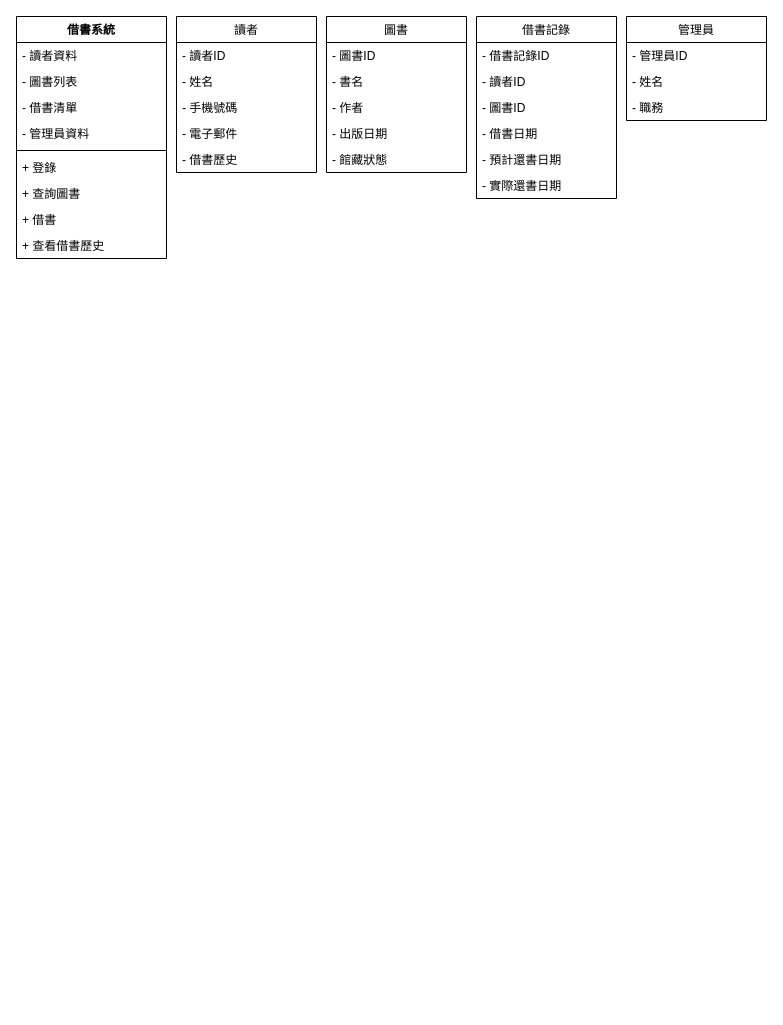
This is main.drawio from YaXun1103/112-2FinalPorject, a draw.io file, before an edit. Source tidied: cells renumbered, new cells numbered last; positions are measured from the earlier drawing's top-left corner, leaving out a move shared by most shapes. Both pictures are drawn from the tidied source at 100%, with x=0, y=0 at pixel (16, 16).
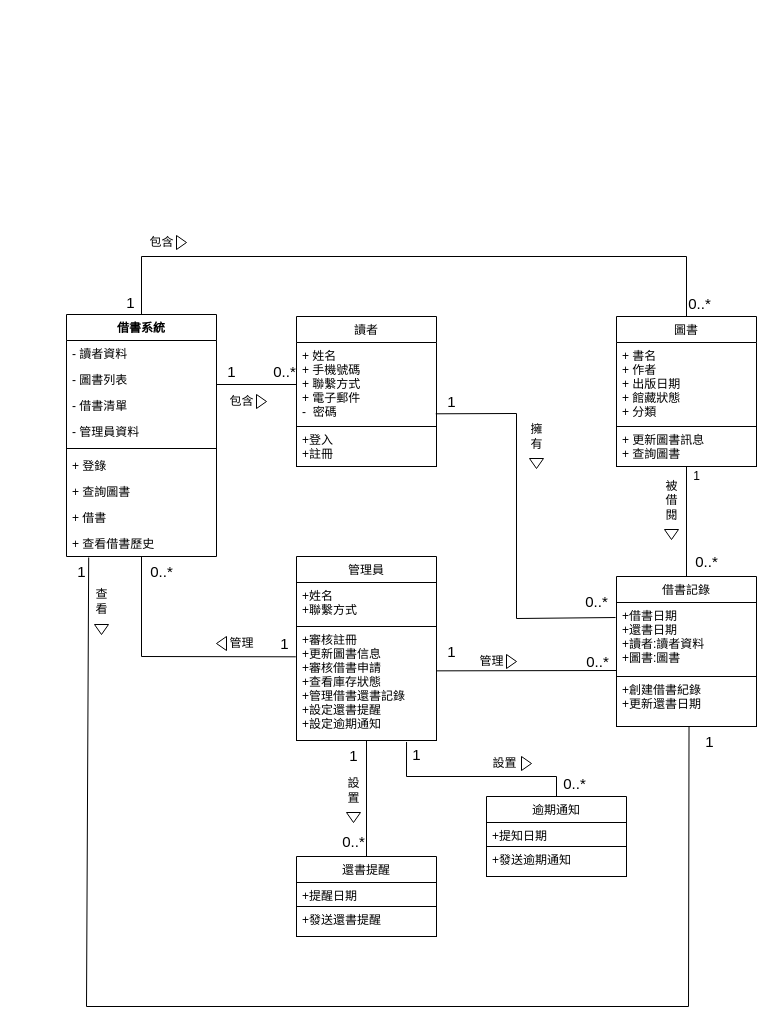
After the change.

Commit message (it also covers changes not shown here):
新增初步類別圖

Unchanged cells that the change refers to:
```xml
<mxCell id="11" value=" + 查看借書歷史" style="text;strokeColor=none;fillColor=none;align=left;verticalAlign=top;spacingLeft=4;spacingRight=4;overflow=hidden;points=[[0,0.5],[1,0.5]];portConstraint=eastwest;" parent="2" vertex="1">
  <mxGeometry y="216" width="150" height="26" as="geometry" />
</mxCell>
```

What changed in the source:
```diff
@@
+    <mxCell id="35" style="edgeStyle=none;html=1;entryX=0.5;entryY=0;entryDx=0;entryDy=0;rounded=0;startArrow=none;startFill=0;endArrow=none;endFill=0;" parent="1" edge="1" source="2" target="18">
+      <mxGeometry relative="1" as="geometry">
+        <Array as="points">
+          <mxPoint x="125" y="240" />
+          <mxPoint x="670" y="240" />
+        </Array>
+      </mxGeometry>
+    </mxCell>
+    <mxCell id="36" style="edgeStyle=none;rounded=0;html=1;entryX=-0.005;entryY=0.266;entryDx=0;entryDy=0;entryPerimeter=0;startArrow=none;startFill=0;endArrow=none;endFill=0;" parent="1" edge="1" source="2" target="34">
+      <mxGeometry relative="1" as="geometry">
+        <Array as="points">
+          <mxPoint x="125" y="640" />
+        </Array>
+      </mxGeometry>
+    </mxCell>
+    <mxCell id="37" style="edgeStyle=none;rounded=0;html=1;exitX=0.148;exitY=1.038;exitDx=0;exitDy=0;exitPerimeter=0;startArrow=none;startFill=0;endArrow=none;endFill=0;entryX=0.518;entryY=1.01;entryDx=0;entryDy=0;entryPerimeter=0;" parent="1" edge="1" source="11" target="45">
+      <mxGeometry relative="1" as="geometry">
+        <Array as="points">
+          <mxPoint x="70" y="990" />
+          <mxPoint x="672" y="990" />
+        </Array>
+      </mxGeometry>
+    </mxCell>
     <mxCell id="2" value="借書系統 " style="swimlane;fontStyle=1;align=center;verticalAlign=top;horizontal=1;startSize=26;" parent="1" vertex="1">
-      <mxGeometry width="150" height="242" as="geometry" />
+      <mxGeometry x="50" y="298" width="150" height="242" as="geometry" />
     </mxCell>
@@
+    <mxCell id="38" style="edgeStyle=none;rounded=0;html=1;entryX=-0.007;entryY=0.203;entryDx=0;entryDy=0;entryPerimeter=0;endArrow=none;endFill=0;exitX=-0.025;exitY=0.91;exitDx=0;exitDy=0;exitPerimeter=0;" parent="1" edge="1" source="58" target="44">
+      <mxGeometry relative="1" as="geometry">
+        <Array as="points">
+          <mxPoint x="500" y="397" />
+          <mxPoint x="500" y="602" />
+        </Array>
+      </mxGeometry>
+    </mxCell>
     <mxCell id="12" value="讀者" style="swimlane;fontStyle=0;horizontal=1;startSize=26;fillColor=none;" parent="1" vertex="1">
-      <mxGeometry x="160" width="140" height="156" as="geometry" />
+      <mxGeometry x="280" y="300" width="140" height="150" as="geometry" />
     </mxCell>
-    <mxCell id="13" value="- 讀者ID" style="text;strokeColor=none;fillColor=none;align=left;verticalAlign=top;spacingLeft=4;spacingRight=4;overflow=hidden;" parent="12" vertex="1">
-      <mxGeometry y="26" width="140" height="26" as="geometry" />
-    </mxCell>
-    <mxCell id="14" value="- 姓名" style="text;strokeColor=none;fillColor=none;align=left;verticalAlign=top;spacingLeft=4;spacingRight=4;overflow=hidden;" parent="12" vertex="1">
-      <mxGeometry y="52" width="140" height="26" as="geometry" />
-    </mxCell>
-    <mxCell id="15" value="- 手機號碼" style="text;strokeColor=none;fillColor=none;align=left;verticalAlign=top;spacingLeft=4;spacingRight=4;overflow=hidden;" parent="12" vertex="1">
-      <mxGeometry y="78" width="140" height="26" as="geometry" />
-    </mxCell>
-    <mxCell id="16" value=" - 電子郵件" style="text;strokeColor=none;fillColor=none;align=left;verticalAlign=top;spacingLeft=4;spacingRight=4;overflow=hidden;" parent="12" vertex="1">
-      <mxGeometry y="104" width="140" height="26" as="geometry" />
-    </mxCell>
-    <mxCell id="17" value=" - 借書歷史" style="text;strokeColor=none;fillColor=none;align=left;verticalAlign=top;spacingLeft=4;spacingRight=4;overflow=hidden;" parent="12" vertex="1">
-      <mxGeometry y="130" width="140" height="26" as="geometry" />
-    </mxCell>
+    <mxCell id="39" value="+ 姓名&#10;+ 手機號碼&#10;+ 聯繫方式&#10;+ 電子郵件&#10;-  密碼&#10;" style="text;strokeColor=none;fillColor=none;align=left;verticalAlign=top;spacingLeft=4;spacingRight=4;overflow=hidden;" parent="12" vertex="1">
+      <mxGeometry y="26" width="140" height="84" as="geometry" />
+    </mxCell>
+    <mxCell id="40" value="+登入&#10;+註冊&#10;" style="text;strokeColor=default;fillColor=none;align=left;verticalAlign=top;spacingLeft=4;spacingRight=4;overflow=hidden;" parent="12" vertex="1">
+      <mxGeometry y="110" width="140" height="40" as="geometry" />
+    </mxCell>
+    <mxCell id="41" style="edgeStyle=none;rounded=0;html=1;entryX=0.5;entryY=0;entryDx=0;entryDy=0;endArrow=none;endFill=0;" parent="1" edge="1" source="18" target="24">
+      <mxGeometry relative="1" as="geometry" />
+    </mxCell>
     <mxCell id="18" value="圖書" style="swimlane;fontStyle=0;horizontal=1;startSize=26;fillColor=none;" parent="1" vertex="1">
-      <mxGeometry x="310" width="140" height="156" as="geometry" />
+      <mxGeometry x="600" y="300" width="140" height="150" as="geometry" />
     </mxCell>
-    <mxCell id="19" value="- 圖書ID" style="text;strokeColor=none;fillColor=none;align=left;verticalAlign=top;spacingLeft=4;spacingRight=4;overflow=hidden;" parent="18" vertex="1">
-      <mxGeometry y="26" width="140" height="26" as="geometry" />
-    </mxCell>
-    <mxCell id="20" value="- 書名" style="text;strokeColor=none;fillColor=none;align=left;verticalAlign=top;spacingLeft=4;spacingRight=4;overflow=hidden;" parent="18" vertex="1">
-      <mxGeometry y="52" width="140" height="26" as="geometry" />
-    </mxCell>
-    <mxCell id="21" value="- 作者" style="text;strokeColor=none;fillColor=none;align=left;verticalAlign=top;spacingLeft=4;spacingRight=4;overflow=hidden;" parent="18" vertex="1">
-      <mxGeometry y="78" width="140" height="26" as="geometry" />
-    </mxCell>
-    <mxCell id="22" value="- 出版日期" style="text;strokeColor=none;fillColor=none;align=left;verticalAlign=top;spacingLeft=4;spacingRight=4;overflow=hidden;" parent="18" vertex="1">
-      <mxGeometry y="104" width="140" height="26" as="geometry" />
-    </mxCell>
-    <mxCell id="23" value=" - 館藏狀態" style="text;strokeColor=none;fillColor=none;align=left;verticalAlign=top;spacingLeft=4;spacingRight=4;overflow=hidden;" parent="18" vertex="1">
-      <mxGeometry y="130" width="140" height="26" as="geometry" />
-    </mxCell>
+    <mxCell id="42" value="+ 書名&#10;+ 作者&#10;+ 出版日期&#10;+ 館藏狀態&#10;+ 分類&#10;&#10;" style="text;strokeColor=none;fillColor=none;align=left;verticalAlign=top;spacingLeft=4;spacingRight=4;overflow=hidden;" parent="18" vertex="1">
+      <mxGeometry y="26" width="140" height="84" as="geometry" />
+    </mxCell>
+    <mxCell id="43" value="+ 更新圖書訊息&#10;+ 查詢圖書&#10;&#10;" style="text;strokeColor=default;fillColor=none;align=left;verticalAlign=top;spacingLeft=4;spacingRight=4;overflow=hidden;" parent="18" vertex="1">
+      <mxGeometry y="110" width="140" height="40" as="geometry" />
+    </mxCell>
     <mxCell id="24" value="借書記錄" style="swimlane;fontStyle=0;horizontal=1;startSize=26;fillColor=none;" parent="1" vertex="1">
-      <mxGeometry x="460" width="140" height="182" as="geometry" />
+      <mxGeometry x="600" y="560" width="140" height="150" as="geometry" />
     </mxCell>
-    <mxCell id="25" value="- 借書記錄ID" style="text;strokeColor=none;fillColor=none;align=left;verticalAlign=top;spacingLeft=4;spacingRight=4;overflow=hidden;" parent="24" vertex="1">
-      <mxGeometry y="26" width="140" height="26" as="geometry" />
-    </mxCell>
-    <mxCell id="26" value=" - 讀者ID" style="text;strokeColor=none;fillColor=none;align=left;verticalAlign=top;spacingLeft=4;spacingRight=4;overflow=hidden;" parent="24" vertex="1">
-      <mxGeometry y="52" width="140" height="26" as="geometry" />
-    </mxCell>
-    <mxCell id="27" value="- 圖書ID" style="text;strokeColor=none;fillColor=none;align=left;verticalAlign=top;spacingLeft=4;spacingRight=4;overflow=hidden;" parent="24" vertex="1">
-      <mxGeometry y="78" width="140" height="26" as="geometry" />
-    </mxCell>
-    <mxCell id="28" value="- 借書日期" style="text;strokeColor=none;fillColor=none;align=left;verticalAlign=top;spacingLeft=4;spacingRight=4;overflow=hidden;" parent="24" vertex="1">
-      <mxGeometry y="104" width="140" height="26" as="geometry" />
-    </mxCell>
-    <mxCell id="29" value="- 預計還書日期" style="text;strokeColor=none;fillColor=none;align=left;verticalAlign=top;spacingLeft=4;spacingRight=4;overflow=hidden;" parent="24" vertex="1">
-      <mxGeometry y="130" width="140" height="26" as="geometry" />
-    </mxCell>
-    <mxCell id="30" value="- 實際還書日期" style="text;strokeColor=none;fillColor=none;align=left;verticalAlign=top;spacingLeft=4;spacingRight=4;overflow=hidden;" parent="24" vertex="1">
-      <mxGeometry y="156" width="140" height="26" as="geometry" />
-    </mxCell>
+    <mxCell id="44" value="+借書日期&#10;+還書日期&#10;+讀者:讀者資料&#10;+圖書:圖書&#10;&#10;&#10;&#10;&#10;" style="text;strokeColor=default;fillColor=none;align=left;verticalAlign=top;spacingLeft=4;spacingRight=4;overflow=hidden;points=[[0,0.5],[1,0.5]];portConstraint=eastwest;" parent="24" vertex="1">
+      <mxGeometry y="26" width="140" height="74" as="geometry" />
+    </mxCell>
+    <mxCell id="45" value="+創建借書紀錄&#10;+更新還書日期" style="text;strokeColor=default;fillColor=none;align=left;verticalAlign=top;spacingLeft=4;spacingRight=4;overflow=hidden;points=[[0,0.5],[1,0.5]];portConstraint=eastwest;" parent="24" vertex="1">
+      <mxGeometry y="100" width="140" height="50" as="geometry" />
+    </mxCell>
+    <mxCell id="46" style="edgeStyle=none;rounded=0;html=1;endArrow=none;endFill=0;exitX=1.002;exitY=0.389;exitDx=0;exitDy=0;exitPerimeter=0;" parent="1" edge="1" source="34">
+      <mxGeometry relative="1" as="geometry">
+        <mxPoint x="600" y="654" as="targetPoint" />
+      </mxGeometry>
+    </mxCell>
+    <mxCell id="47" style="edgeStyle=none;rounded=0;html=1;entryX=0.5;entryY=0;entryDx=0;entryDy=0;endArrow=none;endFill=0;" parent="1" edge="1" source="31" target="49">
+      <mxGeometry relative="1" as="geometry" />
+    </mxCell>
+    <mxCell id="48" style="edgeStyle=none;rounded=0;html=1;entryX=0.5;entryY=0;entryDx=0;entryDy=0;endArrow=none;endFill=0;exitX=0.786;exitY=1.013;exitDx=0;exitDy=0;exitPerimeter=0;" parent="1" edge="1" source="34" target="52">
+      <mxGeometry relative="1" as="geometry">
+        <Array as="points">
+          <mxPoint x="390" y="760" />
+          <mxPoint x="540" y="760" />
+        </Array>
+      </mxGeometry>
+    </mxCell>
     <mxCell id="31" value="管理員" style="swimlane;fontStyle=0;horizontal=1;startSize=26;fillColor=none;" parent="1" vertex="1">
-      <mxGeometry x="610" width="140" height="104" as="geometry" />
+      <mxGeometry x="280" y="540" width="140" height="184" as="geometry" />
     </mxCell>
-    <mxCell id="32" value="- 管理員ID" style="text;strokeColor=none;fillColor=none;align=left;verticalAlign=top;spacingLeft=4;spacingRight=4;overflow=hidden;" parent="31" vertex="1">
-      <mxGeometry y="26" width="140" height="26" as="geometry" />
+    <mxCell id="32" value="+姓名 &#10;+聯繫方式" style="text;strokeColor=default;fillColor=none;align=left;verticalAlign=top;spacingLeft=4;spacingRight=4;overflow=hidden;" parent="31" vertex="1">
+      <mxGeometry y="26" width="140" height="44" as="geometry" />
     </mxCell>
-    <mxCell id="33" value="- 姓名" style="text;strokeColor=none;fillColor=none;align=left;verticalAlign=top;spacingLeft=4;spacingRight=4;overflow=hidden;" parent="31" vertex="1">
-      <mxGeometry y="52" width="140" height="26" as="geometry" />
-    </mxCell>
-    <mxCell id="34" value="- 職務" style="text;strokeColor=none;fillColor=none;align=left;verticalAlign=top;spacingLeft=4;spacingRight=4;overflow=hidden;points=[[0,0.5],[1,0.5]];portConstraint=eastwest;" parent="31" vertex="1">
-      <mxGeometry y="78" width="140" height="26" as="geometry" />
+    <mxCell id="34" value="+審核註冊&#10;  +更新圖書信息&#10;  +審核借書申請&#10;  +查看庫存狀態&#10;  +管理借書還書記錄&#10;  +設定還書提醒&#10;  +設定逾期通知" style="text;strokeColor=default;fillColor=none;align=left;verticalAlign=top;spacingLeft=4;spacingRight=4;overflow=hidden;points=[[0,0.5],[1,0.5]];portConstraint=eastwest;" parent="31" vertex="1">
+      <mxGeometry y="70" width="140" height="114" as="geometry" />
     </mxCell>
+    <mxCell id="49" value="還書提醒" style="swimlane;fontStyle=0;horizontal=1;startSize=26;fillColor=none;" parent="1" vertex="1">
+      <mxGeometry x="280" y="840" width="140" height="80" as="geometry" />
+    </mxCell>
+    <mxCell id="50" value="+提醒日期&#10;&#10;&#10;&#10;" style="text;strokeColor=default;fillColor=none;align=left;verticalAlign=top;spacingLeft=4;spacingRight=4;overflow=hidden;" parent="49" vertex="1">
+      <mxGeometry y="26" width="140" height="24" as="geometry" />
+    </mxCell>
+    <mxCell id="51" value="+發送還書提醒" style="text;strokeColor=default;fillColor=none;align=left;verticalAlign=top;spacingLeft=4;spacingRight=4;overflow=hidden;" parent="49" vertex="1">
+      <mxGeometry y="50" width="140" height="30" as="geometry" />
+    </mxCell>
+    <mxCell id="52" value="逾期通知" style="swimlane;fontStyle=0;horizontal=1;startSize=26;fillColor=none;" parent="1" vertex="1">
+      <mxGeometry x="470" y="780" width="140" height="80" as="geometry" />
+    </mxCell>
+    <mxCell id="53" value="+提知日期&#10;&#10;&#10;&#10;" style="text;strokeColor=default;fillColor=none;align=left;verticalAlign=top;spacingLeft=4;spacingRight=4;overflow=hidden;" parent="52" vertex="1">
+      <mxGeometry y="26" width="140" height="24" as="geometry" />
+    </mxCell>
+    <mxCell id="54" value="+發送逾期通知" style="text;strokeColor=default;fillColor=none;align=left;verticalAlign=top;spacingLeft=4;spacingRight=4;overflow=hidden;" parent="52" vertex="1">
+      <mxGeometry y="50" width="140" height="30" as="geometry" />
+    </mxCell>
+    <mxCell id="55" value="1" style="text;html=1;align=center;verticalAlign=middle;strokeColor=none;fillColor=none;" parent="1" vertex="1">
+      <mxGeometry x="665" y="445" width="30" height="30" as="geometry" />
+    </mxCell>
+    <mxCell id="56" value="0..*" style="text;html=1;align=center;verticalAlign=middle;strokeColor=none;fillColor=none;fontSize=15;" parent="1" vertex="1">
+      <mxGeometry x="665" y="530" width="50" height="30" as="geometry" />
+    </mxCell>
+    <mxCell id="57" style="triangle;whiteSpace=wrap;html=1;strokeColor=default;rotation=90;" parent="1" vertex="1">
+      <mxGeometry x="650" y="511" width="10" height="14" as="geometry" />
+    </mxCell>
+    <mxCell id="58" value="1" style="text;html=1;align=center;verticalAlign=middle;points=[];strokeColor=none;fillColor=none;fontSize=15;" parent="1" vertex="1">
+      <mxGeometry x="420" y="370" width="30" height="30" as="geometry" />
+    </mxCell>
+    <mxCell id="59" value="0..*" style="text;html=1;align=center;verticalAlign=middle;strokeColor=none;fillColor=none;fontSize=15;" parent="1" vertex="1">
+      <mxGeometry x="555" y="570" width="50" height="30" as="geometry" />
+    </mxCell>
+    <mxCell id="60" value="擁&lt;br&gt;有" style="text;html=1;align=center;verticalAlign=middle;strokeColor=none;fillColor=none;" parent="1" vertex="1">
+      <mxGeometry x="500" y="400" width="40" height="40" as="geometry" />
+    </mxCell>
+    <mxCell id="61" style="triangle;whiteSpace=wrap;html=1;strokeColor=default;rotation=90;" parent="1" vertex="1">
+      <mxGeometry x="515" y="440" width="10" height="14" as="geometry" />
+    </mxCell>
+    <mxCell id="62" value="1" style="text;html=1;align=center;verticalAlign=middle;strokeColor=none;fillColor=none;fontSize=15;" parent="1" vertex="1">
+      <mxGeometry x="420" y="620" width="30" height="30" as="geometry" />
+    </mxCell>
+    <mxCell id="63" value="0..*" style="text;html=1;align=center;verticalAlign=middle;strokeColor=none;fillColor=none;fontSize=15;" parent="1" vertex="1">
+      <mxGeometry x="556" y="630" width="50" height="30" as="geometry" />
+    </mxCell>
+    <mxCell id="64" style="triangle;whiteSpace=wrap;html=1;strokeColor=default;rotation=0;" parent="1" vertex="1">
+      <mxGeometry x="490" y="638" width="10" height="14" as="geometry" />
+    </mxCell>
+    <mxCell id="65" value="管理" style="text;html=1;align=center;verticalAlign=middle;strokeColor=none;fillColor=none;" parent="1" vertex="1">
+      <mxGeometry x="450" y="630" width="50" height="30" as="geometry" />
+    </mxCell>
+    <mxCell id="66" value="1" style="text;html=1;align=center;verticalAlign=middle;strokeColor=none;fillColor=none;fontSize=15;" parent="1" vertex="1">
+      <mxGeometry x="322" y="724" width="30" height="30" as="geometry" />
+    </mxCell>
+    <mxCell id="67" value="0..*" style="text;html=1;align=center;verticalAlign=middle;strokeColor=none;fillColor=none;fontSize=15;" parent="1" vertex="1">
+      <mxGeometry x="312" y="810" width="50" height="30" as="geometry" />
+    </mxCell>
+    <mxCell id="68" value="設&lt;br&gt;置" style="text;html=1;align=center;verticalAlign=middle;strokeColor=none;fillColor=none;" parent="1" vertex="1">
+      <mxGeometry x="317" y="754" width="40" height="40" as="geometry" />
+    </mxCell>
+    <mxCell id="69" style="triangle;whiteSpace=wrap;html=1;strokeColor=default;rotation=90;" parent="1" vertex="1">
+      <mxGeometry x="332" y="794" width="10" height="14" as="geometry" />
+    </mxCell>
+    <mxCell id="70" value="設置" style="text;html=1;align=center;verticalAlign=middle;strokeColor=none;fillColor=none;" parent="1" vertex="1">
+      <mxGeometry x="463" y="732" width="50" height="30" as="geometry" />
+    </mxCell>
+    <mxCell id="71" style="triangle;whiteSpace=wrap;html=1;strokeColor=default;rotation=0;" parent="1" vertex="1">
+      <mxGeometry x="505" y="740" width="10" height="14" as="geometry" />
+    </mxCell>
+    <mxCell id="72" value="1" style="text;html=1;align=center;verticalAlign=middle;strokeColor=none;fillColor=none;fontSize=15;" parent="1" vertex="1">
+      <mxGeometry x="385" y="723" width="30" height="30" as="geometry" />
+    </mxCell>
+    <mxCell id="73" value="0..*" style="text;html=1;align=center;verticalAlign=middle;strokeColor=none;fillColor=none;fontSize=15;" parent="1" vertex="1">
+      <mxGeometry x="533" y="752" width="50" height="30" as="geometry" />
+    </mxCell>
+    <mxCell id="74" style="edgeStyle=none;rounded=0;html=1;startArrow=none;startFill=0;endArrow=none;endFill=0;" parent="1" edge="1">
+      <mxGeometry relative="1" as="geometry">
+        <mxPoint x="280" y="368" as="sourcePoint" />
+        <mxPoint x="200" y="368" as="targetPoint" />
+      </mxGeometry>
+    </mxCell>
+    <mxCell id="75" value="包含" style="text;html=1;align=center;verticalAlign=middle;strokeColor=none;fillColor=none;" parent="1" vertex="1">
+      <mxGeometry x="120" y="211" width="50" height="30" as="geometry" />
+    </mxCell>
+    <mxCell id="76" style="triangle;whiteSpace=wrap;html=1;strokeColor=default;rotation=0;" parent="1" vertex="1">
+      <mxGeometry x="160" y="219" width="10" height="14" as="geometry" />
+    </mxCell>
+    <mxCell id="77" value="1" style="text;html=1;align=center;verticalAlign=middle;strokeColor=none;fillColor=none;fontSize=15;" parent="1" vertex="1">
+      <mxGeometry x="99" y="271" width="30" height="30" as="geometry" />
+    </mxCell>
+    <mxCell id="78" value="0..*" style="text;html=1;align=center;verticalAlign=middle;strokeColor=none;fillColor=none;fontSize=15;" parent="1" vertex="1">
+      <mxGeometry x="658" y="272" width="50" height="30" as="geometry" />
+    </mxCell>
+    <mxCell id="79" style="triangle;whiteSpace=wrap;html=1;strokeColor=default;rotation=-180;" parent="1" vertex="1">
+      <mxGeometry x="200" y="620" width="10" height="14" as="geometry" />
+    </mxCell>
+    <mxCell id="80" value="1" style="text;html=1;align=center;verticalAlign=middle;strokeColor=none;fillColor=none;fontSize=15;" parent="1" vertex="1">
+      <mxGeometry x="253" y="612" width="30" height="30" as="geometry" />
+    </mxCell>
+    <mxCell id="81" value="0..*" style="text;html=1;align=center;verticalAlign=middle;strokeColor=none;fillColor=none;fontSize=15;" parent="1" vertex="1">
+      <mxGeometry x="120" y="540" width="50" height="30" as="geometry" />
+    </mxCell>
+    <mxCell id="82" value="被&lt;br&gt;借&lt;br&gt;閱" style="text;html=1;align=center;verticalAlign=middle;strokeColor=none;fillColor=none;" parent="1" vertex="1">
+      <mxGeometry x="635" y="454" width="40" height="60" as="geometry" />
+    </mxCell>
+    <mxCell id="83" value="1" style="text;html=1;align=center;verticalAlign=middle;strokeColor=none;fillColor=none;fontSize=15;" parent="1" vertex="1">
+      <mxGeometry x="50" y="540" width="30" height="30" as="geometry" />
+    </mxCell>
+    <mxCell id="84" value="查&lt;br&gt;看" style="text;html=1;align=center;verticalAlign=middle;strokeColor=none;fillColor=none;" parent="1" vertex="1">
+      <mxGeometry x="65" y="565" width="40" height="40" as="geometry" />
+    </mxCell>
+    <mxCell id="85" style="triangle;whiteSpace=wrap;html=1;strokeColor=default;rotation=90;" parent="1" vertex="1">
+      <mxGeometry x="80" y="606" width="10" height="14" as="geometry" />
+    </mxCell>
+    <mxCell id="86" value="1" style="text;html=1;align=center;verticalAlign=middle;strokeColor=none;fillColor=none;fontSize=15;" parent="1" vertex="1">
+      <mxGeometry x="200" y="340" width="30" height="30" as="geometry" />
+    </mxCell>
+    <mxCell id="87" value="0..*" style="text;html=1;align=center;verticalAlign=middle;strokeColor=none;fillColor=none;fontSize=15;" parent="1" vertex="1">
+      <mxGeometry x="243" y="340" width="50" height="30" as="geometry" />
+    </mxCell>
+    <mxCell id="88" value="包含" style="text;html=1;align=center;verticalAlign=middle;strokeColor=none;fillColor=none;" parent="1" vertex="1">
+      <mxGeometry x="200" y="370" width="50" height="30" as="geometry" />
+    </mxCell>
+    <mxCell id="89" style="triangle;whiteSpace=wrap;html=1;strokeColor=default;rotation=0;" parent="1" vertex="1">
+      <mxGeometry x="240" y="378" width="10" height="14" as="geometry" />
+    </mxCell>
+    <mxCell id="90" value="1" style="text;html=1;align=center;verticalAlign=middle;strokeColor=none;fillColor=none;fontSize=15;" parent="1" vertex="1">
+      <mxGeometry x="678" y="710" width="30" height="30" as="geometry" />
+    </mxCell>
+    <mxCell id="91" value="管理" style="text;html=1;align=center;verticalAlign=middle;strokeColor=none;fillColor=none;" parent="1" vertex="1">
+      <mxGeometry x="200" y="612" width="50" height="30" as="geometry" />
+    </mxCell>
```
